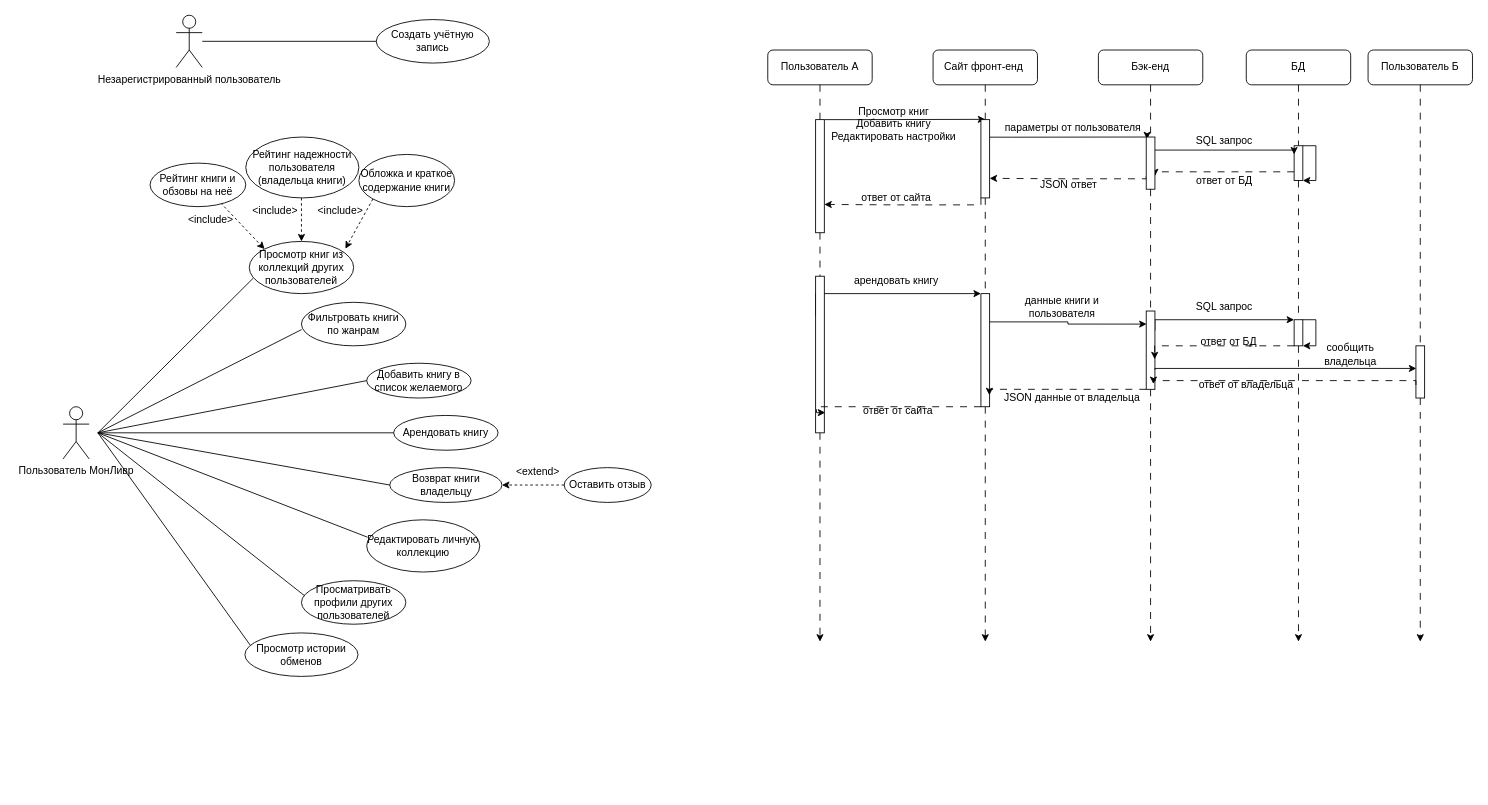
mati-tech/draw.io keeps this draw.io diagram as 7th_sms_spi_1_4PR.drawio. Above is the earlier version. Source tidied: cells renumbered, new cells numbered last; positions are measured from the earlier drawing's top-left corner, leaving out a move shared by most shapes. Both pictures are drawn from the tidied source at 87%, with x=0, y=0 at pixel (63, 15).
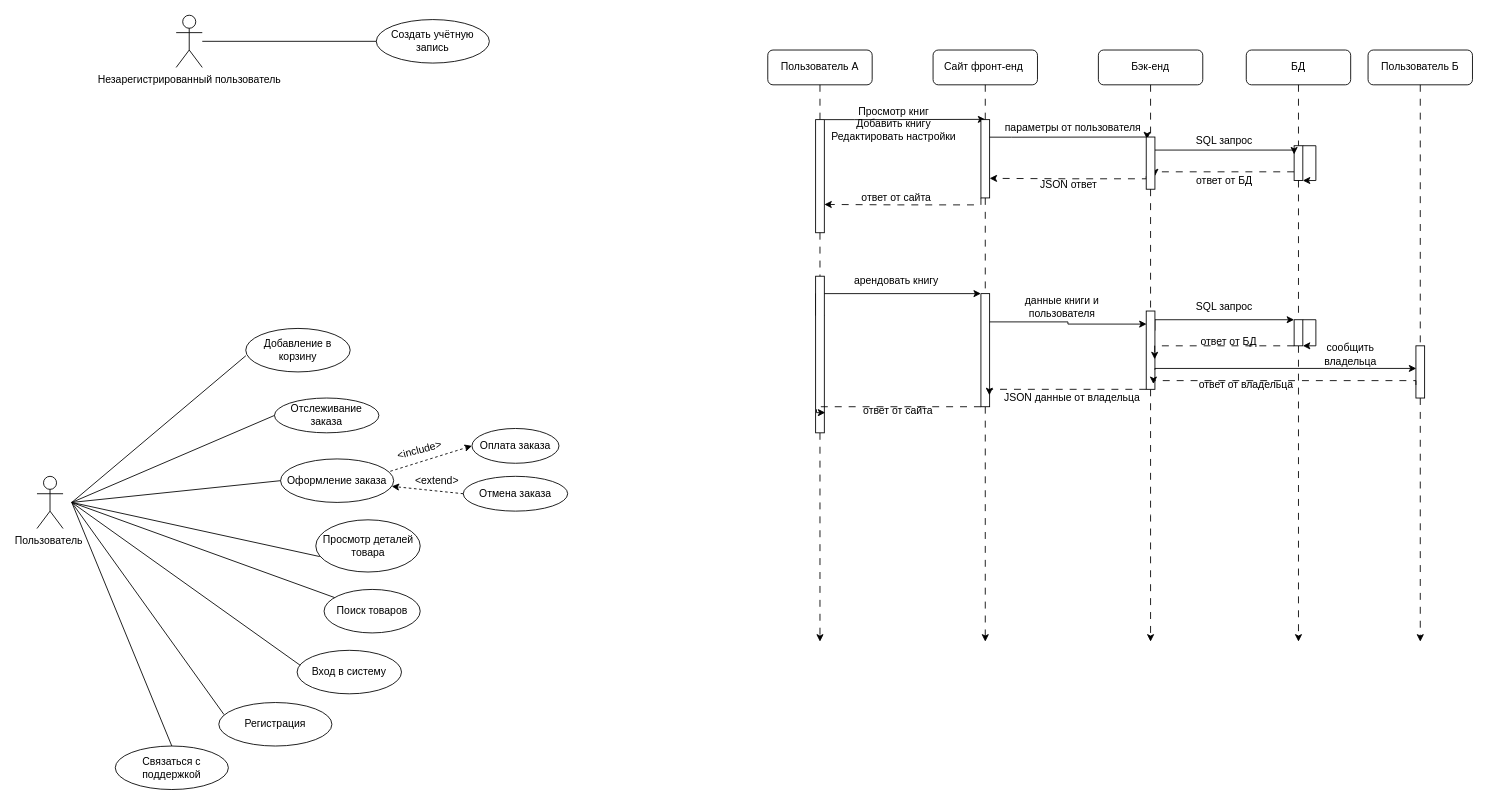
Above is the later version.

Change to the diagram source:
```diff
@@
-    <mxCell id="4" value="Пользователь МонЛивр" style="shape=umlActor;verticalLabelPosition=bottom;verticalAlign=top;html=1;" parent="1" vertex="1">
-      <mxGeometry y="450" width="30" height="60" as="geometry" />
-    </mxCell>
-    <mxCell id="5" value="Просмотр книг из коллекций других пользователей" style="ellipse;whiteSpace=wrap;html=1;" parent="1" vertex="1">
-      <mxGeometry x="214" y="260" width="120" height="60" as="geometry" />
-    </mxCell>
-    <mxCell id="6" value="Редактировать личную коллекцию" style="ellipse;whiteSpace=wrap;html=1;" parent="1" vertex="1">
-      <mxGeometry x="349" y="580" width="130" height="60" as="geometry" />
-    </mxCell>
@@
-    <mxCell id="8" value="Арендовать книгу" style="ellipse;whiteSpace=wrap;html=1;" parent="1" vertex="1">
-      <mxGeometry x="380" y="460" width="120" height="40" as="geometry" />
-    </mxCell>
-    <mxCell id="9" style="endArrow=none;html=1;rounded=0;entryX=0.038;entryY=0.704;entryDx=0;entryDy=0;entryPerimeter=0;" parent="1" edge="1" target="5">
-      <mxGeometry relative="1" as="geometry">
-        <mxPoint x="40" y="480" as="sourcePoint" />
-      </mxGeometry>
-    </mxCell>
-    <mxCell id="10" style="endArrow=none;html=1;rounded=0;entryX=0;entryY=0.5;entryDx=0;entryDy=0;" parent="1" edge="1" target="8">
-      <mxGeometry relative="1" as="geometry">
-        <mxPoint x="40" y="480" as="sourcePoint" />
-      </mxGeometry>
-    </mxCell>
-    <mxCell id="11" style="endArrow=none;html=1;rounded=0;" parent="1" edge="1">
-      <mxGeometry relative="1" as="geometry">
-        <mxPoint x="40" y="480" as="sourcePoint" />
-        <mxPoint x="350" y="600" as="targetPoint" />
-      </mxGeometry>
-    </mxCell>
-    <mxCell id="12" style="endArrow=classic;html=1;rounded=0;entryX=1;entryY=0.5;entryDx=0;entryDy=0;dashed=1;exitX=0;exitY=0.5;exitDx=0;exitDy=0;" parent="1" edge="1" source="14" target="24">
-      <mxGeometry relative="1" as="geometry" />
-    </mxCell>
-    <mxCell id="13" value="&amp;lt;extend&amp;gt;" style="text;html=1;align=center;verticalAlign=middle;whiteSpace=wrap;rounded=0;" parent="1" vertex="1">
-      <mxGeometry x="516" y="510" width="60" height="30" as="geometry" />
-    </mxCell>
-    <mxCell id="14" value="Оставить отзыв" style="ellipse;whiteSpace=wrap;html=1;" parent="1" vertex="1">
-      <mxGeometry x="576" y="520" width="100" height="40" as="geometry" />
-    </mxCell>
-    <mxCell id="15" style="endArrow=classic;html=1;rounded=0;entryX=0;entryY=0;entryDx=0;entryDy=0;dashed=1;endFill=1;exitX=0.737;exitY=0.913;exitDx=0;exitDy=0;exitPerimeter=0;" parent="1" edge="1" source="16" target="5">
-      <mxGeometry relative="1" as="geometry" />
-    </mxCell>
-    <mxCell id="16" value="Рейтинг книги и обзовы на неё" style="ellipse;whiteSpace=wrap;html=1;" parent="1" vertex="1">
-      <mxGeometry x="100" y="170" width="110" height="50" as="geometry" />
-    </mxCell>
-    <mxCell id="17" value="Рейтинг надежности пользователя (владельца книги)" style="ellipse;whiteSpace=wrap;html=1;" parent="1" vertex="1">
-      <mxGeometry x="210" y="140" width="130" height="70" as="geometry" />
-    </mxCell>
-    <mxCell id="18" style="endArrow=classic;html=1;rounded=0;entryX=0.5;entryY=0;entryDx=0;entryDy=0;dashed=1;endFill=1;exitX=1;exitY=0;exitDx=0;exitDy=0;" parent="1" edge="1" source="20" target="5">
-      <mxGeometry relative="1" as="geometry" />
-    </mxCell>
-    <mxCell id="19" value="&amp;lt;include&amp;gt;" style="text;html=1;align=center;verticalAlign=middle;whiteSpace=wrap;rounded=0;" parent="1" vertex="1">
-      <mxGeometry x="140" y="220" width="60" height="30" as="geometry" />
-    </mxCell>
-    <mxCell id="20" value="&amp;lt;include&amp;gt;" style="text;html=1;align=center;verticalAlign=middle;whiteSpace=wrap;rounded=0;" parent="1" vertex="1">
-      <mxGeometry x="214" y="210" width="60" height="30" as="geometry" />
-    </mxCell>
-    <mxCell id="21" value="Обложка и краткое содержание книги" style="ellipse;whiteSpace=wrap;html=1;" parent="1" vertex="1">
-      <mxGeometry x="340" y="160" width="110" height="60" as="geometry" />
-    </mxCell>
-    <mxCell id="22" style="endArrow=classic;html=1;rounded=0;entryX=0.921;entryY=0.14;entryDx=0;entryDy=0;dashed=1;endFill=1;exitX=0;exitY=1;exitDx=0;exitDy=0;entryPerimeter=0;" parent="1" edge="1" source="21" target="5">
-      <mxGeometry relative="1" as="geometry" />
-    </mxCell>
-    <mxCell id="23" value="&amp;lt;include&amp;gt;" style="text;html=1;align=center;verticalAlign=middle;whiteSpace=wrap;rounded=0;" parent="1" vertex="1">
-      <mxGeometry x="289" y="210" width="60" height="30" as="geometry" />
-    </mxCell>
-    <mxCell id="24" value="Возврат книги владельцу" style="ellipse;whiteSpace=wrap;html=1;" parent="1" vertex="1">
-      <mxGeometry x="375.5" y="520" width="129" height="40" as="geometry" />
-    </mxCell>
-    <mxCell id="25" style="endArrow=none;html=1;rounded=0;entryX=0;entryY=0.5;entryDx=0;entryDy=0;" parent="1" edge="1" target="24">
-      <mxGeometry relative="1" as="geometry">
-        <mxPoint x="40" y="480" as="sourcePoint" />
-      </mxGeometry>
-    </mxCell>
-    <mxCell id="26" value="Просмотр истории обменов" style="ellipse;whiteSpace=wrap;html=1;" parent="1" vertex="1">
-      <mxGeometry x="209" y="710" width="130" height="50" as="geometry" />
-    </mxCell>
-    <mxCell id="27" value="Фильтровать книги по жанрам" style="ellipse;whiteSpace=wrap;html=1;" parent="1" vertex="1">
-      <mxGeometry x="274" y="330" width="120" height="50" as="geometry" />
-    </mxCell>
-    <mxCell id="28" style="endArrow=none;html=1;rounded=0;entryX=0.001;entryY=0.627;entryDx=0;entryDy=0;entryPerimeter=0;" parent="1" edge="1" target="27">
-      <mxGeometry relative="1" as="geometry">
-        <mxPoint x="40" y="480" as="sourcePoint" />
-      </mxGeometry>
-    </mxCell>
-    <mxCell id="29" value="Добавить книгу в список желаемого" style="ellipse;whiteSpace=wrap;html=1;" parent="1" vertex="1">
-      <mxGeometry x="349" y="400" width="120" height="40" as="geometry" />
-    </mxCell>
-    <mxCell id="30" style="endArrow=none;html=1;rounded=0;entryX=0;entryY=0.5;entryDx=0;entryDy=0;" parent="1" edge="1" target="29">
-      <mxGeometry relative="1" as="geometry">
-        <mxPoint x="40" y="480" as="sourcePoint" />
-      </mxGeometry>
-    </mxCell>
-    <mxCell id="31" style="endArrow=none;html=1;rounded=0;entryX=0.046;entryY=0.277;entryDx=0;entryDy=0;entryPerimeter=0;" parent="1" edge="1" target="26">
-      <mxGeometry relative="1" as="geometry">
-        <mxPoint x="40" y="480" as="sourcePoint" />
-      </mxGeometry>
-    </mxCell>
-    <mxCell id="32" value="Просматривать профили других пользователей" style="ellipse;whiteSpace=wrap;html=1;" parent="1" vertex="1">
-      <mxGeometry x="274" y="650" width="120" height="50" as="geometry" />
-    </mxCell>
-    <mxCell id="33" style="endArrow=none;html=1;rounded=0;entryX=0.029;entryY=0.343;entryDx=0;entryDy=0;entryPerimeter=0;" parent="1" edge="1" target="32">
-      <mxGeometry relative="1" as="geometry">
-        <mxPoint x="40" y="480" as="sourcePoint" />
-      </mxGeometry>
-    </mxCell>
@@
+    <mxCell id="92" value="Пользователь&amp;nbsp;&lt;div&gt;&lt;br&gt;&lt;/div&gt;" style="shape=umlActor;verticalLabelPosition=bottom;verticalAlign=top;html=1;" parent="1" vertex="1">
+      <mxGeometry x="-30" y="530" width="30" height="60" as="geometry" />
+    </mxCell>
+    <mxCell id="93" value="Просмотр деталей товара" style="ellipse;whiteSpace=wrap;html=1;" parent="1" vertex="1">
+      <mxGeometry x="290.5" y="580" width="120" height="60" as="geometry" />
+    </mxCell>
+    <mxCell id="94" value="Поиск товаров" style="ellipse;whiteSpace=wrap;html=1;" parent="1" vertex="1">
+      <mxGeometry x="300" y="660" width="110.5" height="50" as="geometry" />
+    </mxCell>
+    <mxCell id="95" value="Отмена заказа" style="ellipse;whiteSpace=wrap;html=1;" parent="1" vertex="1">
+      <mxGeometry x="460" y="530" width="120" height="40" as="geometry" />
+    </mxCell>
+    <mxCell id="96" style="endArrow=none;html=1;rounded=0;entryX=0.038;entryY=0.704;entryDx=0;entryDy=0;entryPerimeter=0;" parent="1" edge="1" target="93">
+      <mxGeometry relative="1" as="geometry">
+        <mxPoint x="10" y="560" as="sourcePoint" />
+      </mxGeometry>
+    </mxCell>
+    <mxCell id="97" style="endArrow=none;html=1;rounded=0;" parent="1" edge="1" target="94">
+      <mxGeometry relative="1" as="geometry">
+        <mxPoint x="10" y="560" as="sourcePoint" />
+      </mxGeometry>
+    </mxCell>
+    <mxCell id="98" style="endArrow=classic;html=1;rounded=0;dashed=1;exitX=0.97;exitY=0.284;exitDx=0;exitDy=0;exitPerimeter=0;entryX=0;entryY=0.5;entryDx=0;entryDy=0;" parent="1" edge="1" source="101" target="100">
+      <mxGeometry relative="1" as="geometry" />
+    </mxCell>
+    <mxCell id="99" value="&amp;lt;include&amp;gt;" style="text;html=1;align=center;verticalAlign=middle;whiteSpace=wrap;rounded=0;rotation=-15;" parent="1" vertex="1">
+      <mxGeometry x="380" y="485" width="60" height="30" as="geometry" />
+    </mxCell>
+    <mxCell id="100" value="Оплата заказа" style="ellipse;whiteSpace=wrap;html=1;" parent="1" vertex="1">
+      <mxGeometry x="470" y="475" width="100" height="40" as="geometry" />
+    </mxCell>
+    <mxCell id="101" value="Оформление заказа" style="ellipse;whiteSpace=wrap;html=1;" parent="1" vertex="1">
+      <mxGeometry x="250" y="510" width="130" height="50" as="geometry" />
+    </mxCell>
+    <mxCell id="102" style="endArrow=none;html=1;rounded=0;entryX=0;entryY=0.5;entryDx=0;entryDy=0;" parent="1" edge="1" target="101">
+      <mxGeometry relative="1" as="geometry">
+        <mxPoint x="10" y="560" as="sourcePoint" />
+      </mxGeometry>
+    </mxCell>
+    <mxCell id="103" value="Регистрация" style="ellipse;whiteSpace=wrap;html=1;" parent="1" vertex="1">
+      <mxGeometry x="179" y="790" width="130" height="50" as="geometry" />
+    </mxCell>
+    <mxCell id="104" value="Добавление в корзину" style="ellipse;whiteSpace=wrap;html=1;" parent="1" vertex="1">
+      <mxGeometry x="210" y="360" width="120" height="50" as="geometry" />
+    </mxCell>
+    <mxCell id="105" style="endArrow=none;html=1;rounded=0;entryX=0.001;entryY=0.627;entryDx=0;entryDy=0;entryPerimeter=0;" parent="1" edge="1" target="104">
+      <mxGeometry relative="1" as="geometry">
+        <mxPoint x="10" y="560" as="sourcePoint" />
+      </mxGeometry>
+    </mxCell>
+    <mxCell id="106" value="Отслеживание заказа" style="ellipse;whiteSpace=wrap;html=1;" parent="1" vertex="1">
+      <mxGeometry x="243" y="440" width="120" height="40" as="geometry" />
+    </mxCell>
+    <mxCell id="107" style="endArrow=none;html=1;rounded=0;entryX=0;entryY=0.5;entryDx=0;entryDy=0;" parent="1" edge="1" target="106">
+      <mxGeometry relative="1" as="geometry">
+        <mxPoint x="10" y="560" as="sourcePoint" />
+      </mxGeometry>
+    </mxCell>
+    <mxCell id="108" style="endArrow=none;html=1;rounded=0;entryX=0.046;entryY=0.277;entryDx=0;entryDy=0;entryPerimeter=0;" parent="1" edge="1" target="103">
+      <mxGeometry relative="1" as="geometry">
+        <mxPoint x="10" y="560" as="sourcePoint" />
+      </mxGeometry>
+    </mxCell>
+    <mxCell id="109" value="Вход в систему" style="ellipse;whiteSpace=wrap;html=1;" parent="1" vertex="1">
+      <mxGeometry x="269" y="730" width="120" height="50" as="geometry" />
+    </mxCell>
+    <mxCell id="110" style="endArrow=none;html=1;rounded=0;entryX=0.029;entryY=0.343;entryDx=0;entryDy=0;entryPerimeter=0;" parent="1" edge="1" target="109">
+      <mxGeometry relative="1" as="geometry">
+        <mxPoint x="10" y="560" as="sourcePoint" />
+      </mxGeometry>
+    </mxCell>
+    <mxCell id="111" value="Связаться с поддержкой" style="ellipse;whiteSpace=wrap;html=1;" parent="1" vertex="1">
+      <mxGeometry x="60" y="840" width="130" height="50" as="geometry" />
+    </mxCell>
+    <mxCell id="112" style="endArrow=none;html=1;rounded=0;entryX=0.5;entryY=0;entryDx=0;entryDy=0;" parent="1" edge="1" target="111">
+      <mxGeometry relative="1" as="geometry">
+        <mxPoint x="10" y="560" as="sourcePoint" />
+      </mxGeometry>
+    </mxCell>
+    <mxCell id="113" style="endArrow=classic;html=1;rounded=0;dashed=1;exitX=0;exitY=0.5;exitDx=0;exitDy=0;" parent="1" edge="1" source="95" target="101">
+      <mxGeometry relative="1" as="geometry" />
+    </mxCell>
+    <mxCell id="13" value="&amp;lt;extend&amp;gt;" style="text;html=1;align=center;verticalAlign=middle;whiteSpace=wrap;rounded=0;rotation=0;" parent="1" vertex="1">
+      <mxGeometry x="400" y="520" width="60" height="30" as="geometry" />
+    </mxCell>
```
